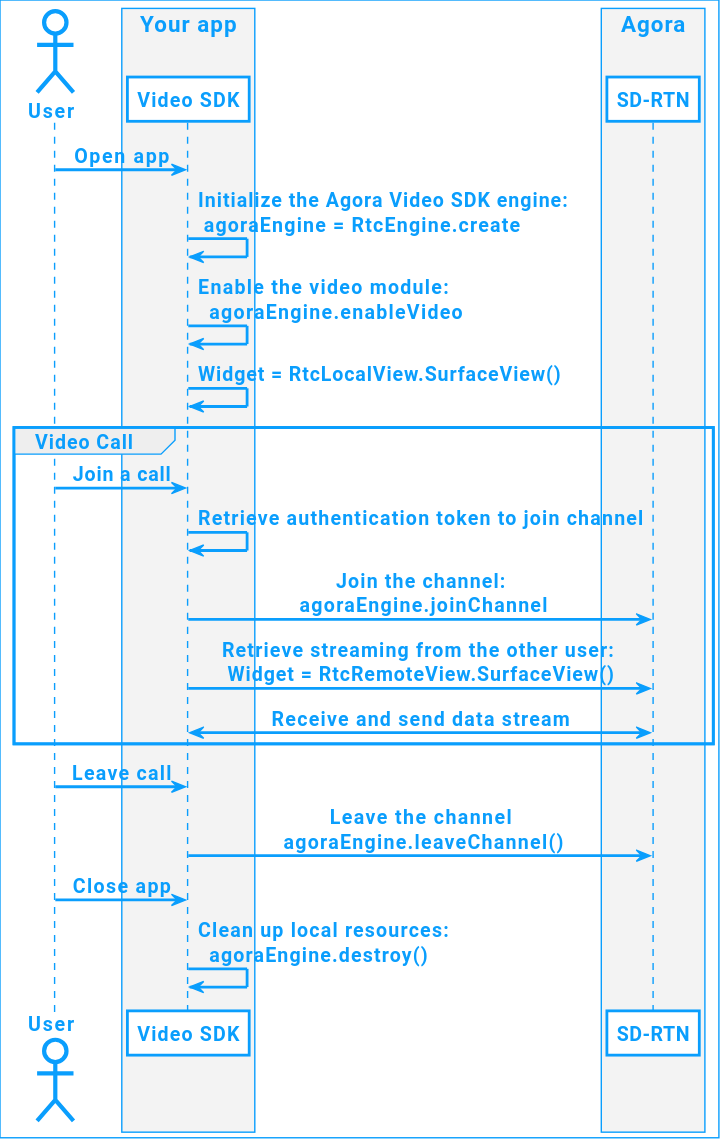
AgoraIO/Docs-Source keeps this PlantUML diagram as assets/images/video-sdk/video-call-logic-flutter.svg. Above is the earlier version.
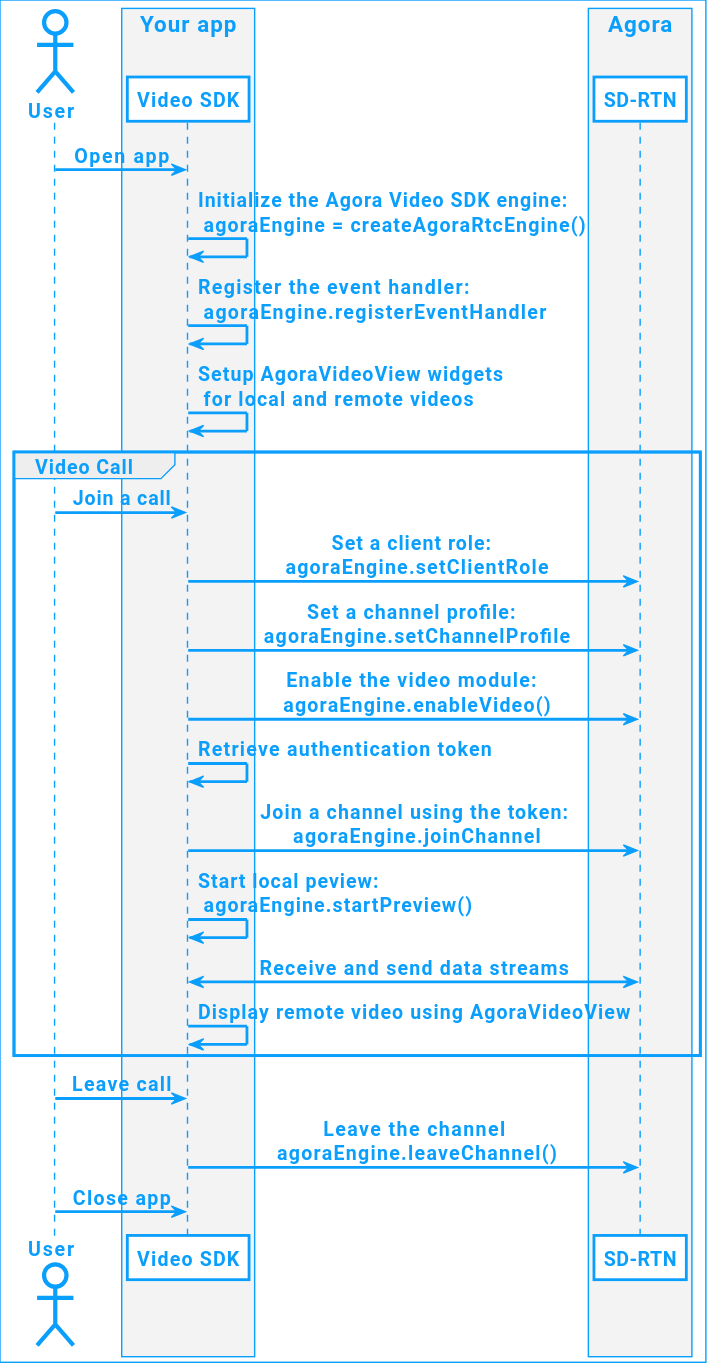
The same diagram one commit later.

What changed in the source:
```diff
@@ -1,4 +1,4 @@
-@startuml video-call-logic-flutter
+@startuml
 !include agora_skin.iuml
 
 actor "User" as USR
@@ -12,21 +12,24 @@
 end box
 
 USR -> APP: Open app
-APP -> APP: Initialize the Agora Video SDK engine: \n agoraEngine = RtcEngine.create
-APP -> APP: Enable the video module: \n  agoraEngine.enableVideo
-APP -> APP: Widget = RtcLocalView.SurfaceView()
+APP -> APP: Initialize the Agora Video SDK engine: \n agoraEngine = createAgoraRtcEngine()
+APP -> APP: Register the event handler: \n agoraEngine.registerEventHandler
+APP -> APP: Setup AgoraVideoView widgets \n for local and remote videos
 
 group Video Call
 USR -> APP: Join a call
-APP->APP: Retrieve authentication token to join channel
-APP -> API: Join the channel:\n agoraEngine.joinChannel
-APP -> API: Retrieve streaming from the other user: \nWidget = RtcRemoteView.SurfaceView()
-API <-> APP: Receive and send data stream
+APP -> API: Set a client role: \n agoraEngine.setClientRole
+APP -> API: Set a channel profile: \n agoraEngine.setChannelProfile
+APP -> API: Enable the video module: \n agoraEngine.enableVideo()
+APP -> APP: Retrieve authentication token
+APP -> API: Join a channel using the token:\n agoraEngine.joinChannel
+APP -> APP: Start local peview: \n agoraEngine.startPreview()
+API <-> APP: Receive and send data streams
+APP -> APP: Display remote video using AgoraVideoView
 end
 
 USR -> APP: Leave call
 APP -> API: Leave the channel\n agoraEngine.leaveChannel()
 USR -> APP: Close app
-APP -> APP: Clean up local resources: \n  agoraEngine.destroy()
 
 @enduml
```
